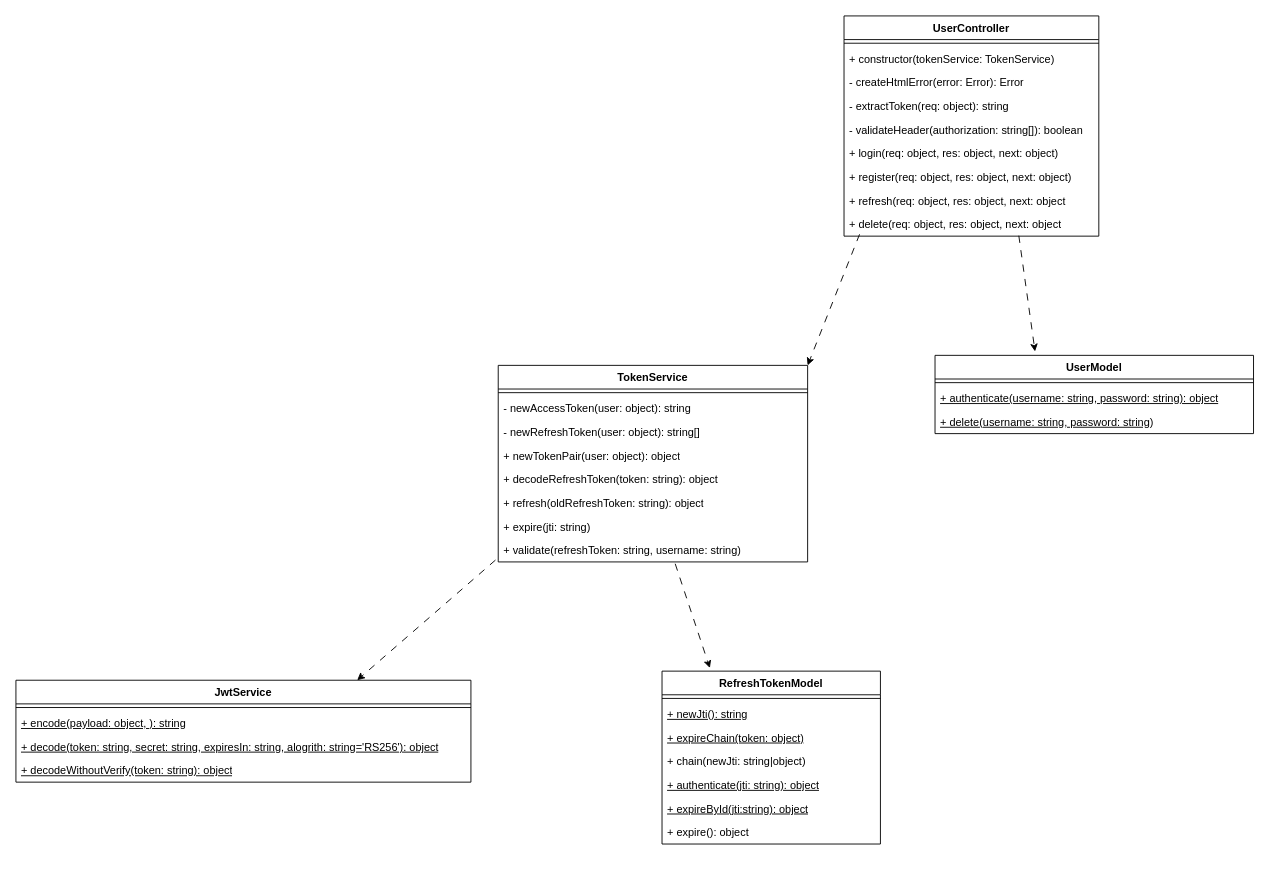
The draw.io diagram .readme/class_diagram.drawio in JuliaLind/1dv613-auth-server, before the edit. Source tidied: cells renumbered, new cells numbered last; positions are measured from the earlier drawing's top-left corner, leaving out a move shared by most shapes. Both pictures are drawn from the tidied source at 91%, with x=0, y=0 at pixel (15, 15).
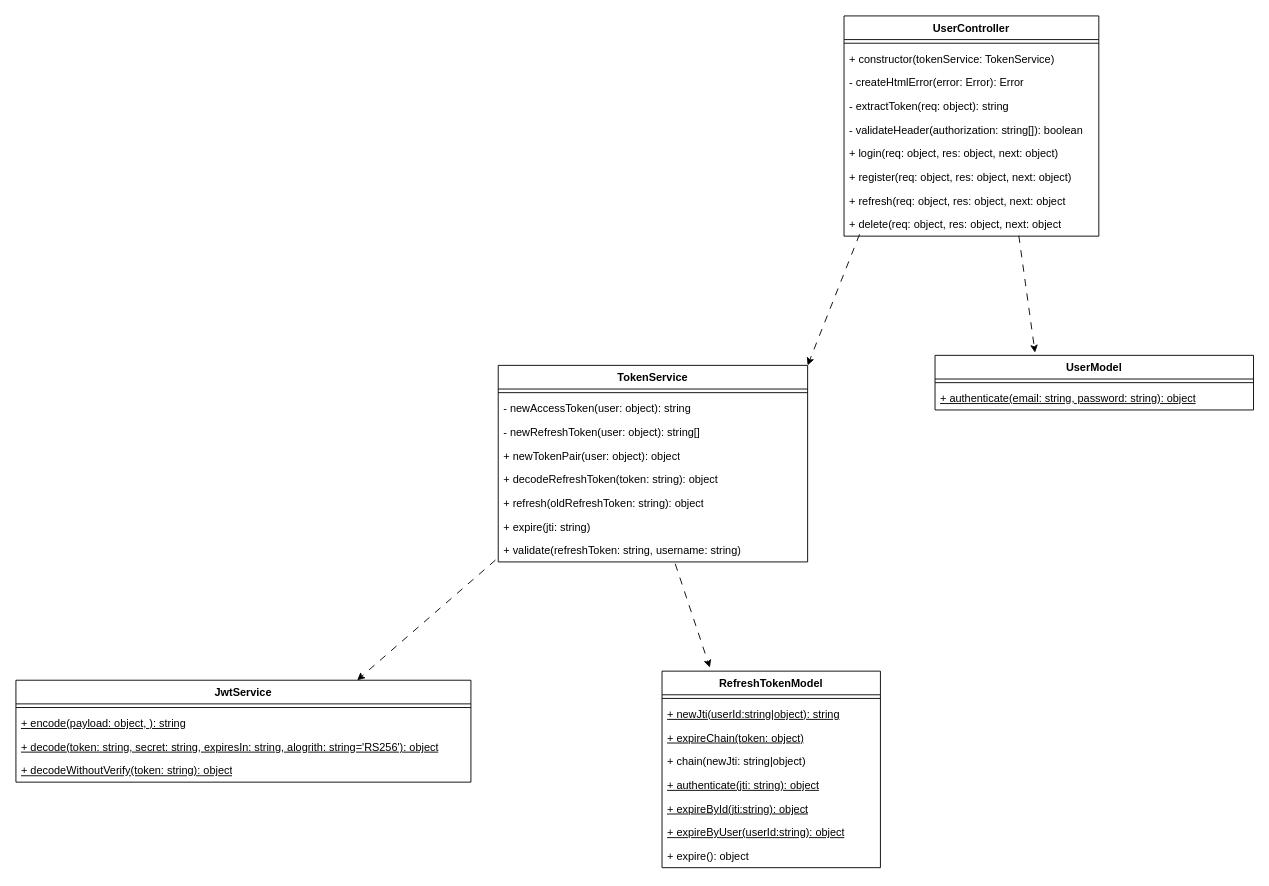
The same diagram, later.

What changed in the source:
```diff
@@
     <mxCell id="17" value="UserModel" style="swimlane;fontStyle=1;align=center;verticalAlign=top;horizontal=1;startSize=26;whiteSpace=wrap;html=1;" parent="1" vertex="1">
-      <mxGeometry x="1010" y="373" width="350" height="86" as="geometry" />
+      <mxGeometry x="1010" y="373" width="350" height="60" as="geometry" />
     </mxCell>
@@
-    <mxCell id="19" value="+ authenticate(username: string, password: string): object" style="text;strokeColor=none;fillColor=none;align=left;verticalAlign=top;spacingLeft=4;spacingRight=4;overflow=hidden;whiteSpace=wrap;html=1;fontStyle=4;" parent="17" vertex="1">
+    <mxCell id="19" value="+ authenticate(email: string, password: string): object" style="text;strokeColor=none;fillColor=none;align=left;verticalAlign=top;spacingLeft=4;spacingRight=4;overflow=hidden;whiteSpace=wrap;html=1;fontStyle=4;" parent="17" vertex="1">
       <mxGeometry y="34" width="350" height="26" as="geometry" />
     </mxCell>
-    <mxCell id="20" value="+ delete(username: string, password: string)" style="text;strokeColor=none;fillColor=none;align=left;verticalAlign=top;spacingLeft=4;spacingRight=4;overflow=hidden;whiteSpace=wrap;html=1;fontStyle=4;" parent="17" vertex="1">
-      <mxGeometry y="60" width="350" height="26" as="geometry" />
-    </mxCell>
     <mxCell id="21" value="RefreshTokenModel" style="swimlane;fontStyle=1;align=center;verticalAlign=top;horizontal=1;startSize=26;whiteSpace=wrap;html=1;" parent="1" vertex="1">
-      <mxGeometry x="710" y="720" width="240" height="190" as="geometry" />
+      <mxGeometry x="710" y="720" width="240" height="216" as="geometry" />
     </mxCell>
@@
-    <mxCell id="23" value="+ newJti(): string" style="text;strokeColor=none;fillColor=none;align=left;verticalAlign=top;spacingLeft=4;spacingRight=4;overflow=hidden;whiteSpace=wrap;html=1;fontStyle=4;" parent="21" vertex="1">
+    <mxCell id="23" value="+ newJti(userId:string|object): string" style="text;strokeColor=none;fillColor=none;align=left;verticalAlign=top;spacingLeft=4;spacingRight=4;overflow=hidden;whiteSpace=wrap;html=1;fontStyle=4;" parent="21" vertex="1">
       <mxGeometry y="34" width="240" height="26" as="geometry" />
     </mxCell>
@@
+    <mxCell id="42" value="+ expireById(jti:string): object" style="text;strokeColor=none;fillColor=none;align=left;verticalAlign=top;spacingLeft=4;spacingRight=4;overflow=hidden;whiteSpace=wrap;html=1;fontStyle=4;" parent="21" vertex="1">
+      <mxGeometry y="138" width="240" height="26" as="geometry" />
+    </mxCell>
-    <mxCell id="27" value="+ expireById(jti:string): object" style="text;strokeColor=none;fillColor=none;align=left;verticalAlign=top;spacingLeft=4;spacingRight=4;overflow=hidden;whiteSpace=wrap;html=1;fontStyle=4;" parent="21" vertex="1">
-      <mxGeometry y="138" width="240" height="26" as="geometry" />
+    <mxCell id="27" value="+ expireByUser(userId:string): object" style="text;strokeColor=none;fillColor=none;align=left;verticalAlign=top;spacingLeft=4;spacingRight=4;overflow=hidden;whiteSpace=wrap;html=1;fontStyle=4;" parent="21" vertex="1">
+      <mxGeometry y="164" width="240" height="26" as="geometry" />
     </mxCell>
     <mxCell id="28" value="+ expire(): object" style="text;strokeColor=none;fillColor=none;align=left;verticalAlign=top;spacingLeft=4;spacingRight=4;overflow=hidden;whiteSpace=wrap;html=1;" parent="21" vertex="1">
-      <mxGeometry y="164" width="240" height="26" as="geometry" />
+      <mxGeometry y="190" width="240" height="26" as="geometry" />
     </mxCell>
```
